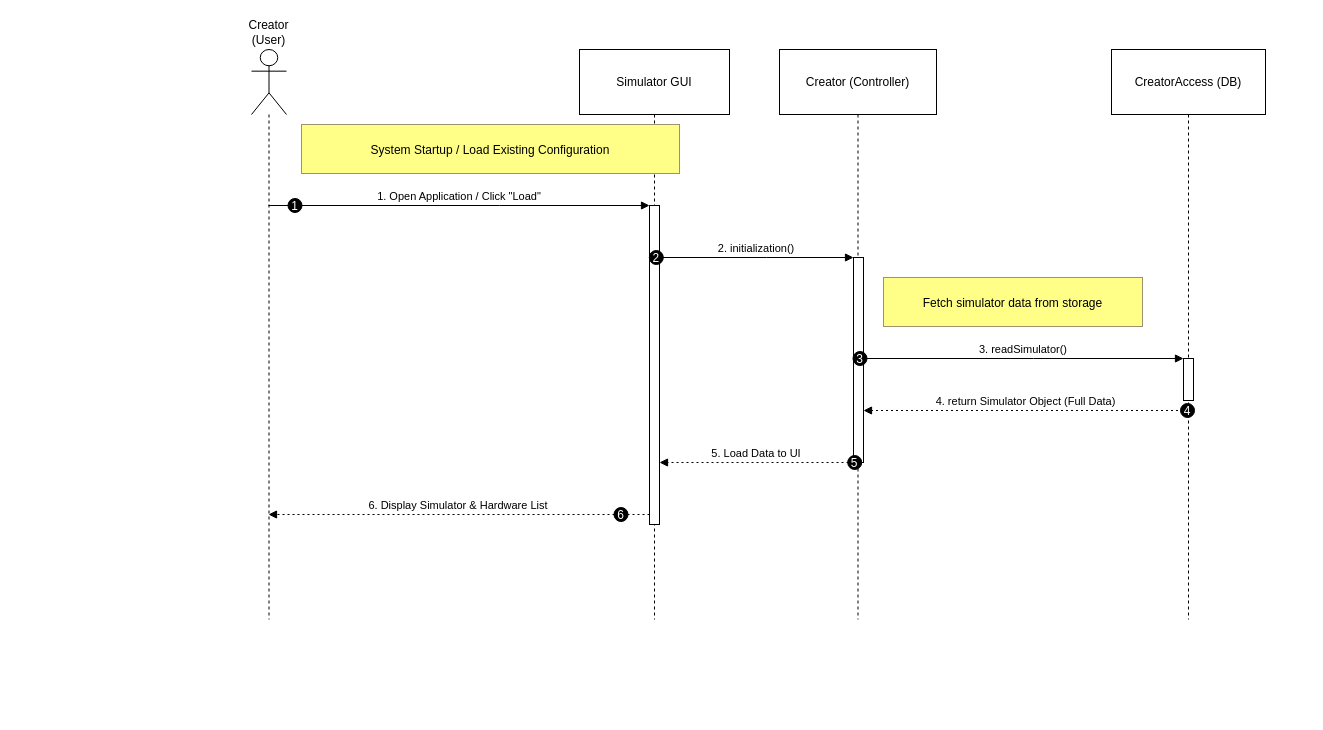
This is page "Manager_Login_Usecase" (1 of 12) of Usecase2.drawio from EliyaMalka/Drawio, a draw.io file, before an edit. Source tidied: cells renumbered, new cells numbered last; positions are measured from the earlier drawing's top-left corner, leaving out a move shared by most shapes. Both pictures are drawn from the tidied source at 100%, with x=0, y=0 at pixel (251, 49).
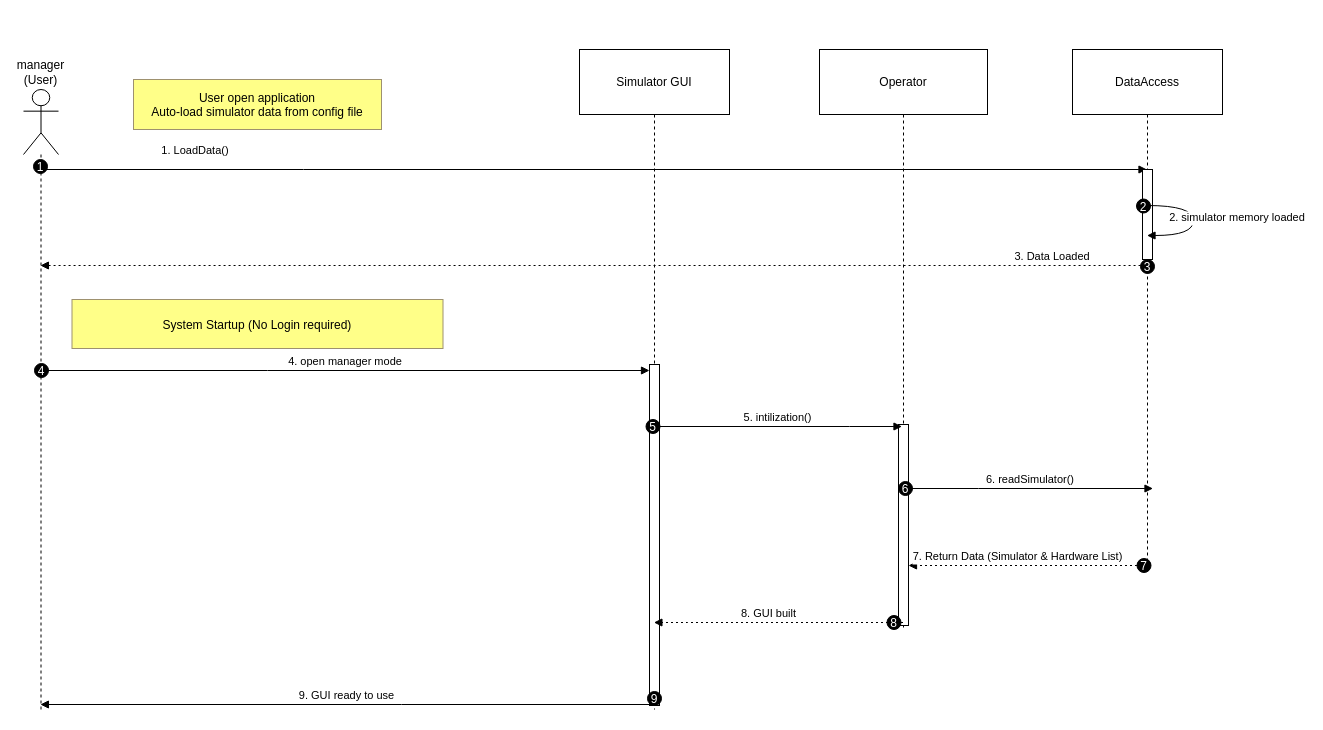
Above is the later version.

Change to the diagram source:
```diff
@@
-    <mxCell id="2" value="Creator (User)" style="shape=umlLifeline;perimeter=lifelinePerimeter;whiteSpace=wrap;outlineConnect=0;portConstraint=eastwest;newEdgeStyle={&quot;edgeStyle&quot;:&quot;elbowEdgeStyle&quot;,&quot;elbow&quot;:&quot;vertical&quot;,&quot;curved&quot;:0,&quot;rounded&quot;:0};participant=umlActor;verticalAlign=bottom;labelPosition=center;verticalLabelPosition=top;align=center;size=65;" parent="1" vertex="1">
-      <mxGeometry width="35" height="570" as="geometry" />
-    </mxCell>
+    <mxCell id="23" value="manager&#10;(User)" style="shape=umlLifeline;perimeter=lifelinePerimeter;whiteSpace=wrap;newEdgeStyle={&quot;edgeStyle&quot;:&quot;elbowEdgeStyle&quot;,&quot;elbow&quot;:&quot;vertical&quot;,&quot;curved&quot;:0,&quot;rounded&quot;:0};participant=umlActor;verticalAlign=bottom;labelPosition=center;verticalLabelPosition=top;align=center;size=65;" parent="1" vertex="1">
+      <mxGeometry x="-228" y="40" width="35" height="620" as="geometry" />
+    </mxCell>
     <mxCell id="3" value="Simulator GUI" style="shape=umlLifeline;perimeter=lifelinePerimeter;whiteSpace=wrap;newEdgeStyle={&quot;edgeStyle&quot;:&quot;elbowEdgeStyle&quot;,&quot;elbow&quot;:&quot;vertical&quot;,&quot;curved&quot;:0,&quot;rounded&quot;:0};size=65;" parent="1" vertex="1">
-      <mxGeometry x="328" width="150" height="570" as="geometry" />
+      <mxGeometry x="328" width="150" height="660" as="geometry" />
     </mxCell>
-    <mxCell id="4" style="points=[];perimeter=orthogonalPerimeter;outlineConnect=0;targetShapes=umlLifeline;portConstraint=eastwest;newEdgeStyle={&quot;edgeStyle&quot;:&quot;elbowEdgeStyle&quot;,&quot;elbow&quot;:&quot;vertical&quot;,&quot;curved&quot;:0,&quot;rounded&quot;:0};" parent="3" vertex="1">
-      <mxGeometry x="70" y="156" width="10" height="319" as="geometry" />
-    </mxCell>
-    <mxCell id="5" value="Creator (Controller)" style="shape=umlLifeline;perimeter=lifelinePerimeter;whiteSpace=wrap;newEdgeStyle={&quot;edgeStyle&quot;:&quot;elbowEdgeStyle&quot;,&quot;elbow&quot;:&quot;vertical&quot;,&quot;curved&quot;:0,&quot;rounded&quot;:0};size=65;" parent="1" vertex="1">
-      <mxGeometry x="528" width="157" height="570" as="geometry" />
-    </mxCell>
-    <mxCell id="6" style="points=[];perimeter=orthogonalPerimeter;outlineConnect=0;targetShapes=umlLifeline;portConstraint=eastwest;newEdgeStyle={&quot;edgeStyle&quot;:&quot;elbowEdgeStyle&quot;,&quot;elbow&quot;:&quot;vertical&quot;,&quot;curved&quot;:0,&quot;rounded&quot;:0};" parent="5" vertex="1">
-      <mxGeometry x="74" y="208" width="10" height="205" as="geometry" />
-    </mxCell>
-    <mxCell id="7" value="CreatorAccess (DB)" style="shape=umlLifeline;perimeter=lifelinePerimeter;whiteSpace=wrap;outlineConnect=0;portConstraint=eastwest;newEdgeStyle={&quot;edgeStyle&quot;:&quot;elbowEdgeStyle&quot;,&quot;elbow&quot;:&quot;vertical&quot;,&quot;curved&quot;:0,&quot;rounded&quot;:0};size=65;" parent="1" vertex="1">
-      <mxGeometry x="860" width="154" height="570" as="geometry" />
-    </mxCell>
-    <mxCell id="8" style="points=[];perimeter=orthogonalPerimeter;outlineConnect=0;targetShapes=umlLifeline;portConstraint=eastwest;newEdgeStyle={&quot;edgeStyle&quot;:&quot;elbowEdgeStyle&quot;,&quot;elbow&quot;:&quot;vertical&quot;,&quot;curved&quot;:0,&quot;rounded&quot;:0};" parent="7" vertex="1">
-      <mxGeometry x="72" y="309" width="10" height="42" as="geometry" />
-    </mxCell>
-    <mxCell id="9" value="1. Open Application / Click &quot;Load&quot;" style="verticalAlign=bottom;edgeStyle=elbowEdgeStyle;elbow=vertical;curved=0;rounded=0;endArrow=block;" parent="1" edge="1" source="2" target="4">
-      <mxGeometry relative="1" as="geometry">
-        <Array as="points">
-          <mxPoint x="248" y="156" />
-        </Array>
-      </mxGeometry>
-    </mxCell>
+    <mxCell id="24" style="points=[];perimeter=orthogonalPerimeter;outlineConnect=0;targetShapes=umlLifeline;portConstraint=eastwest;newEdgeStyle={&quot;edgeStyle&quot;:&quot;elbowEdgeStyle&quot;,&quot;elbow&quot;:&quot;vertical&quot;,&quot;curved&quot;:0,&quot;rounded&quot;:0};" parent="3" vertex="1">
+      <mxGeometry x="70" y="315" width="10" height="341" as="geometry" />
+    </mxCell>
+    <mxCell id="25" value="Operator" style="shape=umlLifeline;perimeter=lifelinePerimeter;whiteSpace=wrap;newEdgeStyle={&quot;edgeStyle&quot;:&quot;elbowEdgeStyle&quot;,&quot;elbow&quot;:&quot;vertical&quot;,&quot;curved&quot;:0,&quot;rounded&quot;:0};size=65;" parent="1" vertex="1">
+      <mxGeometry x="568" width="168" height="580" as="geometry" />
+    </mxCell>
+    <mxCell id="26" style="points=[];perimeter=orthogonalPerimeter;outlineConnect=0;targetShapes=umlLifeline;portConstraint=eastwest;newEdgeStyle={&quot;edgeStyle&quot;:&quot;elbowEdgeStyle&quot;,&quot;elbow&quot;:&quot;vertical&quot;,&quot;curved&quot;:0,&quot;rounded&quot;:0};" parent="25" vertex="1">
+      <mxGeometry x="79" y="375" width="10" height="201" as="geometry" />
+    </mxCell>
+    <mxCell id="27" value="4. open manager mode" style="verticalAlign=bottom;edgeStyle=elbowEdgeStyle;elbow=vertical;curved=0;rounded=0;endArrow=block;" parent="1" edge="1" target="24">
+      <mxGeometry relative="1" as="geometry">
+        <mxPoint x="-211" y="321" as="sourcePoint" />
+        <Array as="points">
+          <mxPoint x="16" y="321" />
+        </Array>
+      </mxGeometry>
+    </mxCell>
+    <mxCell id="16" value="4" style="ellipse;fillColor=#000000;align=center;fontColor=#FFFFFF;" parent="27" vertex="1">
+      <mxGeometry width="14" height="14" relative="1" as="geometry">
+        <mxPoint x="-311" y="-7" as="offset" />
+      </mxGeometry>
+    </mxCell>
+    <mxCell id="28" value="1. LoadData()" style="verticalAlign=bottom;edgeStyle=elbowEdgeStyle;elbow=vertical;curved=0;rounded=0;endArrow=block;" parent="1" edge="1" target="37">
+      <mxGeometry x="-0.72" y="10" relative="1" as="geometry">
+        <mxPoint x="-211" y="120" as="sourcePoint" />
+        <Array as="points">
+          <mxPoint x="52" y="120" />
+        </Array>
+      </mxGeometry>
+    </mxCell>
-    <mxCell id="10" value="1" style="ellipse;fillColor=#000000;align=center;fontColor=#FFFFFF;" parent="9" vertex="1">
+    <mxCell id="10" value="1" style="ellipse;fillColor=#000000;align=center;fontColor=#FFFFFF;" parent="28" vertex="1">
       <mxGeometry width="14" height="14" relative="1" as="geometry">
-        <mxPoint x="-171.5" y="-7" as="offset" />
+        <mxPoint x="-560" y="-10" as="offset" />
       </mxGeometry>
     </mxCell>
-    <mxCell id="11" value="2. initialization()" style="verticalAlign=bottom;edgeStyle=elbowEdgeStyle;elbow=vertical;curved=0;rounded=0;endArrow=block;" parent="1" edge="1" source="4" target="6">
-      <mxGeometry relative="1" as="geometry">
-        <Array as="points">
-          <mxPoint x="515" y="208" />
-        </Array>
-      </mxGeometry>
-    </mxCell>
+    <mxCell id="29" value="6. readSimulator()" style="verticalAlign=bottom;edgeStyle=elbowEdgeStyle;elbow=horizontal;curved=0;rounded=0;endArrow=block;" parent="1" edge="1" source="26">
+      <mxGeometry relative="1" as="geometry">
+        <mxPoint x="901.5" y="439" as="targetPoint" />
+        <Array as="points">
+          <mxPoint x="727" y="439" />
+        </Array>
+      </mxGeometry>
+    </mxCell>
+    <mxCell id="20" value="6" style="ellipse;fillColor=#000000;align=center;fontColor=#FFFFFF;" parent="29" vertex="1">
+      <mxGeometry width="14" height="14" relative="1" as="geometry">
+        <mxPoint x="-132" y="-7" as="offset" />
+      </mxGeometry>
+    </mxCell>
+    <mxCell id="30" value="7. Return Data (Simulator &amp; Hardware List)" style="verticalAlign=bottom;edgeStyle=elbowEdgeStyle;elbow=horizontal;curved=0;rounded=0;dashed=1;dashPattern=2 3;endArrow=block;" parent="1" edge="1" target="26">
+      <mxGeometry x="0.07" relative="1" as="geometry">
+        <mxPoint x="895.5" y="516" as="sourcePoint" />
+        <Array as="points">
+          <mxPoint x="680.8" y="516" />
+          <mxPoint x="604.3" y="426" />
+        </Array>
+        <mxPoint x="-1" as="offset" />
+      </mxGeometry>
+    </mxCell>
+    <mxCell id="31" value="7" style="ellipse;fillColor=#000000;align=center;fontColor=#FFFFFF;" parent="30" vertex="1">
+      <mxGeometry width="14" height="14" relative="1" as="geometry">
+        <mxPoint x="109" y="-7" as="offset" />
+      </mxGeometry>
+    </mxCell>
+    <mxCell id="32" value="3. Data Loaded" style="verticalAlign=bottom;edgeStyle=elbowEdgeStyle;elbow=vertical;curved=0;rounded=0;dashed=1;dashPattern=2 3;endArrow=block;" parent="1" edge="1" source="14">
+      <mxGeometry x="-0.84" relative="1" as="geometry">
+        <mxPoint x="-211.1" y="216" as="targetPoint" />
+        <Array as="points">
+          <mxPoint x="-35.5" y="216" />
+        </Array>
+      </mxGeometry>
+    </mxCell>
+    <mxCell id="33" value="9. GUI ready to use" style="verticalAlign=bottom;edgeStyle=elbowEdgeStyle;elbow=vertical;curved=0;rounded=0;endArrow=block;" parent="1" edge="1">
+      <mxGeometry relative="1" as="geometry">
+        <mxPoint x="402.5" y="655" as="sourcePoint" />
+        <mxPoint x="-211.1" y="655" as="targetPoint" />
+        <Array as="points">
+          <mxPoint x="150" y="655" />
+        </Array>
+      </mxGeometry>
+    </mxCell>
+    <mxCell id="34" value="System Startup (No Login required)" style="fillColor=#ffff88;strokeColor=#9E916F;" parent="1" vertex="1">
+      <mxGeometry x="-179.5" y="250" width="371" height="49" as="geometry" />
+    </mxCell>
+    <mxCell id="35" value="User open application&#10;Auto-load simulator data from config file" style="fillColor=#ffff88;strokeColor=#9E916F;" parent="1" vertex="1">
+      <mxGeometry x="-118" y="30" width="248" height="50" as="geometry" />
+    </mxCell>
+    <mxCell id="36" value="5. intilization()" style="verticalAlign=bottom;edgeStyle=elbowEdgeStyle;elbow=horizontal;curved=0;rounded=0;endArrow=block;" parent="1" edge="1">
+      <mxGeometry relative="1" as="geometry">
+        <mxPoint x="402.5" y="377" as="sourcePoint" />
+        <mxPoint x="650.5" y="377" as="targetPoint" />
+        <Array as="points">
+          <mxPoint x="598" y="502" />
+        </Array>
+      </mxGeometry>
+    </mxCell>
+    <mxCell id="18" value="5" style="ellipse;fillColor=#000000;align=center;fontColor=#FFFFFF;" parent="36" vertex="1">
+      <mxGeometry width="14" height="14" relative="1" as="geometry">
+        <mxPoint x="-132" y="-7" as="offset" />
+      </mxGeometry>
+    </mxCell>
+    <mxCell id="37" value="DataAccess" style="shape=umlLifeline;perimeter=lifelinePerimeter;whiteSpace=wrap;outlineConnect=0;portConstraint=eastwest;newEdgeStyle={&quot;edgeStyle&quot;:&quot;elbowEdgeStyle&quot;,&quot;elbow&quot;:&quot;vertical&quot;,&quot;curved&quot;:0,&quot;rounded&quot;:0};size=65;" parent="1" vertex="1">
+      <mxGeometry x="821" width="150" height="520" as="geometry" />
+    </mxCell>
+    <mxCell id="38" style="perimeter=orthogonalPerimeter;targetShapes=umlLifeline;newEdgeStyle={&quot;edgeStyle&quot;:&quot;elbowEdgeStyle&quot;,&quot;elbow&quot;:&quot;vertical&quot;,&quot;curved&quot;:0,&quot;rounded&quot;:0};" parent="37" vertex="1">
+      <mxGeometry x="70" y="120" width="10" height="90" as="geometry" />
+    </mxCell>
+    <mxCell id="39" value="2. simulator memory loaded" style="curved=1;endArrow=block;rounded=0;" parent="1" edge="1" source="37" target="37">
+      <mxGeometry x="-0.06" y="44" relative="1" as="geometry">
+        <Array as="points">
+          <mxPoint x="942" y="156" />
+          <mxPoint x="942" y="186" />
+        </Array>
+      </mxGeometry>
+    </mxCell>
-    <mxCell id="12" value="2" style="ellipse;fillColor=#000000;align=center;fontColor=#FFFFFF;" parent="11" vertex="1">
+    <mxCell id="12" value="2" style="ellipse;fillColor=#000000;align=center;fontColor=#FFFFFF;" parent="39" vertex="1">
       <mxGeometry width="14" height="14" relative="1" as="geometry">
-        <mxPoint x="-107.2" y="-7" as="offset" />
+        <mxPoint x="-57" y="-22" as="offset" />
       </mxGeometry>
     </mxCell>
-    <mxCell id="13" value="3. readSimulator()" style="verticalAlign=bottom;edgeStyle=elbowEdgeStyle;elbow=vertical;curved=0;rounded=0;endArrow=block;" parent="1" edge="1" source="6" target="8">
-      <mxGeometry relative="1" as="geometry">
-        <Array as="points">
-          <mxPoint x="782" y="309" />
-        </Array>
-      </mxGeometry>
-    </mxCell>
+    <mxCell id="40" style="verticalAlign=bottom;edgeStyle=elbowEdgeStyle;elbow=vertical;curved=0;rounded=0;dashed=1;dashPattern=2 3;endArrow=block;" parent="1" edge="1" source="37" target="14">
+      <mxGeometry relative="1" as="geometry" />
+    </mxCell>
-    <mxCell id="14" value="3" style="ellipse;fillColor=#000000;align=center;fontColor=#FFFFFF;" parent="13" vertex="1">
-      <mxGeometry width="14" height="14" relative="1" as="geometry">
-        <mxPoint x="-170.5" y="-7" as="offset" />
-      </mxGeometry>
+    <mxCell id="14" value="3" style="ellipse;fillColor=#000000;align=center;fontColor=#FFFFFF;" parent="1" vertex="1">
+      <mxGeometry x="889" y="210" width="14" height="14" as="geometry" />
     </mxCell>
-    <mxCell id="15" value="4. return Simulator Object (Full Data)" style="verticalAlign=bottom;edgeStyle=elbowEdgeStyle;elbow=vertical;curved=0;rounded=0;dashed=1;dashPattern=2 3;endArrow=block;" parent="1" edge="1" source="7" target="6">
-      <mxGeometry relative="1" as="geometry">
-        <Array as="points">
-          <mxPoint x="783" y="361" />
-        </Array>
-      </mxGeometry>
-    </mxCell>
-    <mxCell id="16" value="4" style="ellipse;fillColor=#000000;align=center;fontColor=#FFFFFF;" parent="15" vertex="1">
-      <mxGeometry width="14" height="14" relative="1" as="geometry">
-        <mxPoint x="154.5" y="-7" as="offset" />
-      </mxGeometry>
-    </mxCell>
-    <mxCell id="17" value="5. Load Data to UI" style="verticalAlign=bottom;edgeStyle=elbowEdgeStyle;elbow=vertical;curved=0;rounded=0;dashed=1;dashPattern=2 3;endArrow=block;" parent="1" edge="1" source="6" target="4">
-      <mxGeometry relative="1" as="geometry">
-        <Array as="points">
-          <mxPoint x="516" y="413" />
-        </Array>
-      </mxGeometry>
-    </mxCell>
-    <mxCell id="18" value="5" style="ellipse;fillColor=#000000;align=center;fontColor=#FFFFFF;" parent="17" vertex="1">
-      <mxGeometry width="14" height="14" relative="1" as="geometry">
-        <mxPoint x="91.2" y="-7" as="offset" />
-      </mxGeometry>
-    </mxCell>
-    <mxCell id="19" value="6. Display Simulator &amp; Hardware List" style="verticalAlign=bottom;edgeStyle=elbowEdgeStyle;elbow=vertical;curved=0;rounded=0;dashed=1;dashPattern=2 3;endArrow=block;" parent="1" edge="1" source="4" target="2">
-      <mxGeometry relative="1" as="geometry">
-        <Array as="points">
-          <mxPoint x="249" y="465" />
-        </Array>
-      </mxGeometry>
-    </mxCell>
-    <mxCell id="20" value="6" style="ellipse;fillColor=#000000;align=center;fontColor=#FFFFFF;" parent="19" vertex="1">
-      <mxGeometry width="14" height="14" relative="1" as="geometry">
-        <mxPoint x="155.5" y="-7" as="offset" />
-      </mxGeometry>
-    </mxCell>
-    <mxCell id="21" value="System Startup / Load Existing Configuration" style="fillColor=#ffff88;strokeColor=#9E916F;" parent="1" vertex="1">
-      <mxGeometry x="50" y="75" width="378" height="49" as="geometry" />
-    </mxCell>
-    <mxCell id="22" value="Fetch simulator data from storage" style="fillColor=#ffff88;strokeColor=#9E916F;" parent="1" vertex="1">
-      <mxGeometry x="632" y="228" width="259" height="49" as="geometry" />
-    </mxCell>
+    <mxCell id="41" value="8. GUI built" style="verticalAlign=bottom;edgeStyle=elbowEdgeStyle;elbow=horizontal;curved=0;rounded=0;dashed=1;dashPattern=2 3;endArrow=block;" parent="1" edge="1">
+      <mxGeometry x="0.07" relative="1" as="geometry">
+        <mxPoint x="651.5" y="573" as="sourcePoint" />
+        <mxPoint x="402.4" y="573" as="targetPoint" />
+        <Array as="points">
+          <mxPoint x="435.8" y="798" />
+          <mxPoint x="359.3" y="708" />
+        </Array>
+        <mxPoint x="-1" as="offset" />
+      </mxGeometry>
+    </mxCell>
+    <mxCell id="42" value="8" style="ellipse;fillColor=#000000;align=center;fontColor=#FFFFFF;" parent="41" vertex="1">
+      <mxGeometry width="14" height="14" relative="1" as="geometry">
+        <mxPoint x="109" y="-7" as="offset" />
+      </mxGeometry>
+    </mxCell>
+    <mxCell id="43" value="9" style="ellipse;fillColor=#000000;align=center;fontColor=#FFFFFF;" parent="1" vertex="1">
+      <mxGeometry x="396" y="642" width="14" height="14" as="geometry" />
+    </mxCell>
```
